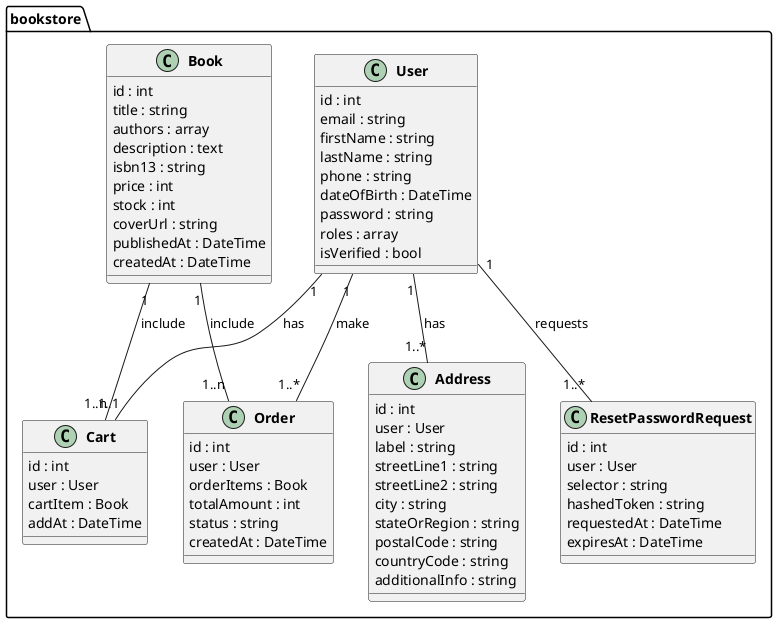
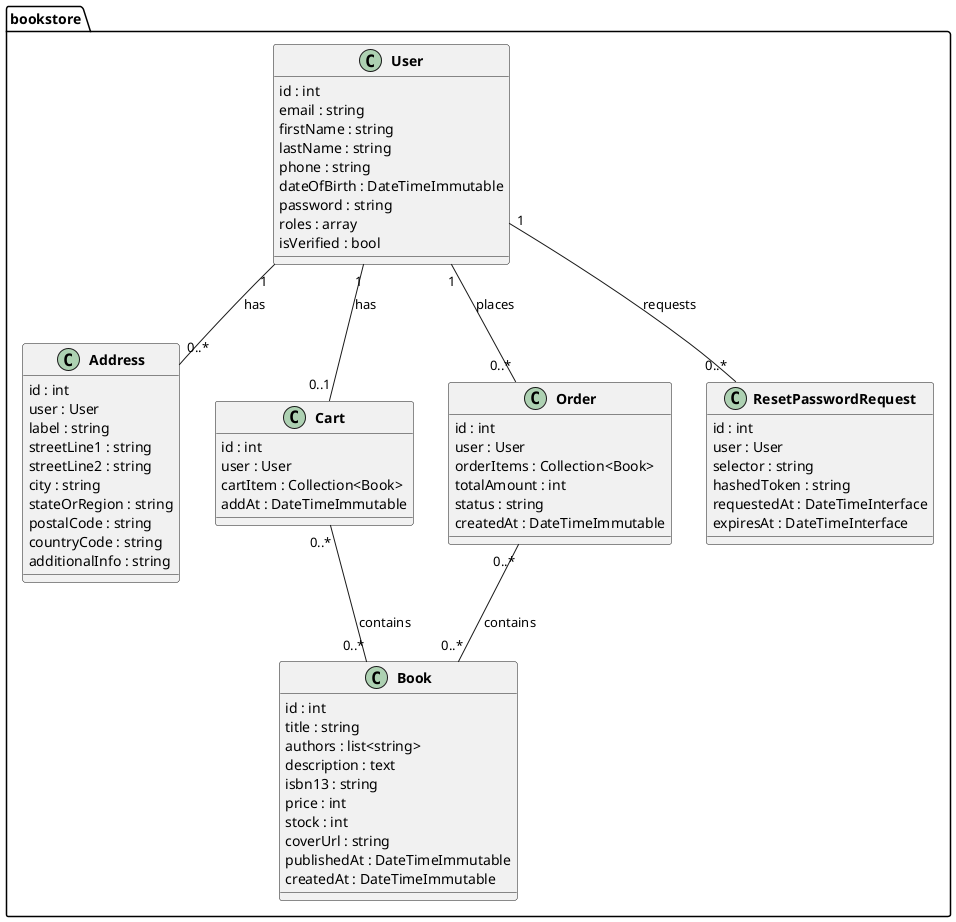
@startuml
skinparam classAttributeIconSize 0
skinparam classFontStyle bold

package "bookstore" {

    class User {
        id : int
        email : string
        firstName : string
        lastName : string
        phone : string
-         dateOfBirth : DateTime
+         dateOfBirth : DateTimeImmutable
        password : string
        roles : array
        isVerified : bool
    }

    class Address {
        id : int
        user : User
        label : string
        streetLine1 : string
        streetLine2 : string
        city : string
        stateOrRegion : string
        postalCode : string
        countryCode : string
        additionalInfo : string
    }

    class Book {
        id : int
        title : string
-         authors : array
+         authors : list<string>
        description : text
        isbn13 : string
        price : int
        stock : int
        coverUrl : string
-         publishedAt : DateTime
-         createdAt : DateTime
+         publishedAt : DateTimeImmutable
+         createdAt : DateTimeImmutable
    }

    class Cart {
        id : int
        user : User
-         cartItem : Book
-         addAt : DateTime
+         cartItem : Collection<Book>
+         addAt : DateTimeImmutable
    }

    class Order {
        id : int
        user : User
-         orderItems : Book
+         orderItems : Collection<Book>
        totalAmount : int
        status : string
-         createdAt : DateTime
+         createdAt : DateTimeImmutable
    }

    class ResetPasswordRequest {
        id : int
        user : User
        selector : string
        hashedToken : string
-         requestedAt : DateTime
-         expiresAt : DateTime
+         requestedAt : DateTimeInterface
+         expiresAt : DateTimeInterface
    }

-     User "1" -- "1..*" Address : has
-     User "1" -- "1..*" ResetPasswordRequest : requests
-     User "1" -- "1..1" Cart : has
-     User "1" -- "1..*" Order: make
-     Book "1" -- "1..n" Cart: include
-     Book "1" -- "1..n" Order: include
+     User "1" -- "0..*" Address : has
+     User "1" -- "0..*" ResetPasswordRequest : requests
+     User "1" -- "0..1" Cart : has
+     User "1" -- "0..*" Order : places
+     Cart "0..*" -- "0..*" Book : contains
+     Order "0..*" -- "0..*" Book : contains
}

@enduml
